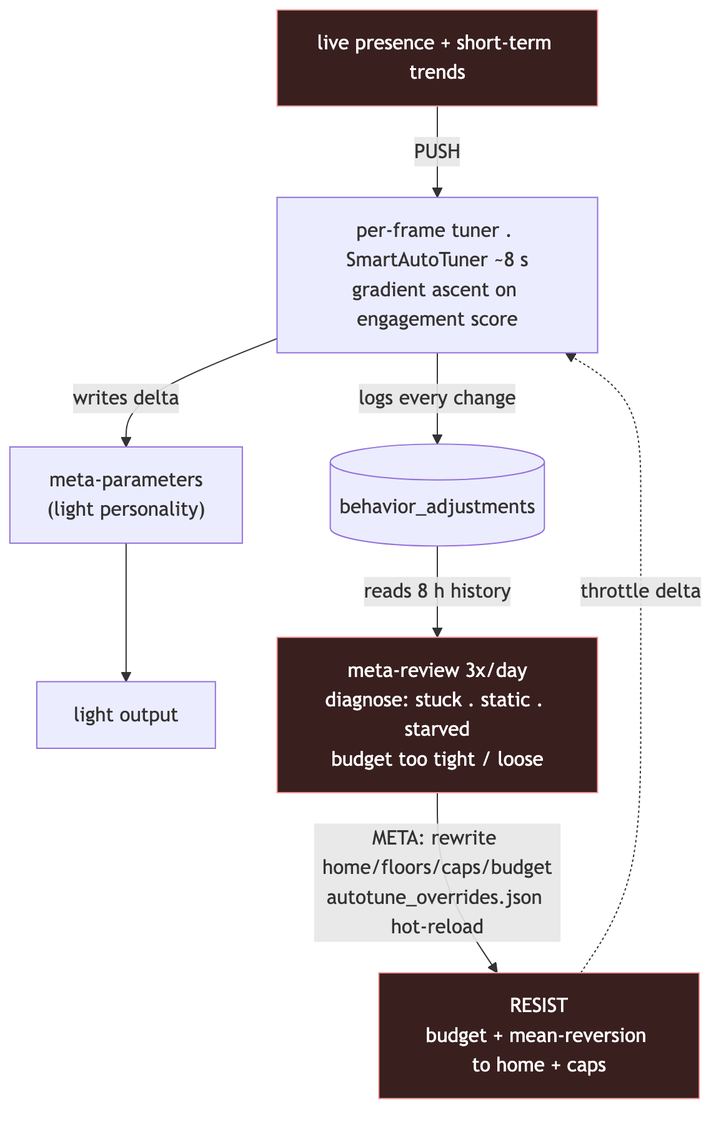
npuckett/dc-dev keeps this Mermaid diagram as IO/diagrams/png/A7_self_tuning_feedback.png. Above is the earlier version. Its source is kept beside it as IO/diagrams/src/A7_self_tuning_feedback.mmd.
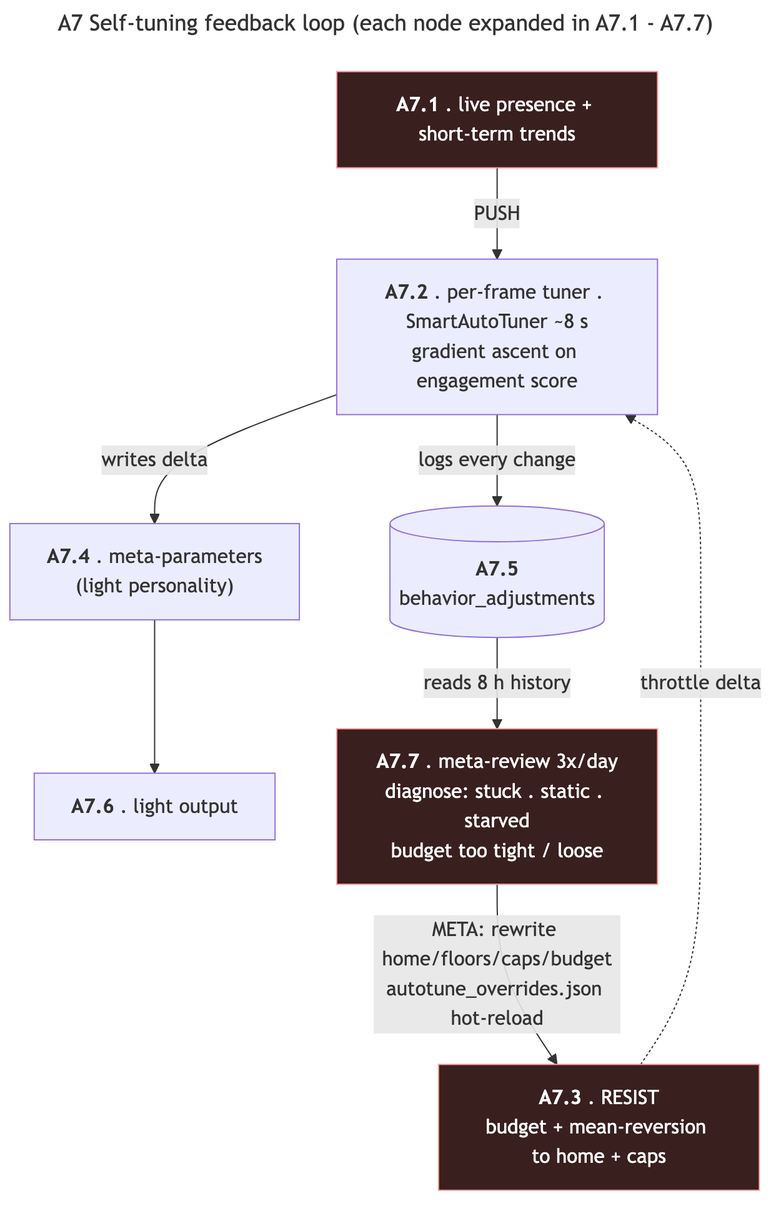
After the commit.

What changed in the source:
```diff
@@ -1,12 +1,16 @@
+---
+title: "A7  Self-tuning feedback loop  (each node expanded in A7.1 - A7.7)"
+---
 flowchart TB
-  push["live presence + short-term trends"] -->|"PUSH"| tuner
-  tuner["per-frame tuner . SmartAutoTuner ~8 s<br/>gradient ascent on engagement score"]
-  resist["RESIST<br/>budget + mean-reversion to home + caps"] -.->|"throttle delta"| tuner
-  tuner -->|"writes delta"| metap["meta-parameters<br/>(light personality)"]
-  tuner -->|"logs every change"| dba[("behavior_adjustments")]
-  metap --> light["light output"]
-  dba -->|"reads 8 h history"| review["meta-review 3x/day<br/>diagnose: stuck . static . starved<br/>budget too tight / loose"]
+  push["<b>A7.1</b> . live presence + short-term trends"] -->|"PUSH"| tuner
+  tuner["<b>A7.2</b> . per-frame tuner . SmartAutoTuner ~8 s<br/>gradient ascent on engagement score"]
+  resist["<b>A7.3</b> . RESIST<br/>budget + mean-reversion to home + caps"] -.->|"throttle delta"| tuner
+  tuner -->|"writes delta"| metap["<b>A7.4</b> . meta-parameters<br/>(light personality)"]
+  tuner -->|"logs every change"| dba[("<b>A7.5</b><br/>behavior_adjustments")]
+  metap --> light["<b>A7.6</b> . light output"]
+  dba -->|"reads 8 h history"| review["<b>A7.7</b> . meta-review 3x/day<br/>diagnose: stuck . static . starved<br/>budget too tight / loose"]
   review -->|"META: rewrite home/floors/caps/budget<br/>autotune_overrides.json hot-reload"| resist
 
   classDef force fill:#3a1f1f,stroke:#ff9d9d,color:#fff;
+  classDef tag stroke-dasharray:0,stroke-width:2px;
   class push,resist,review force;
```
